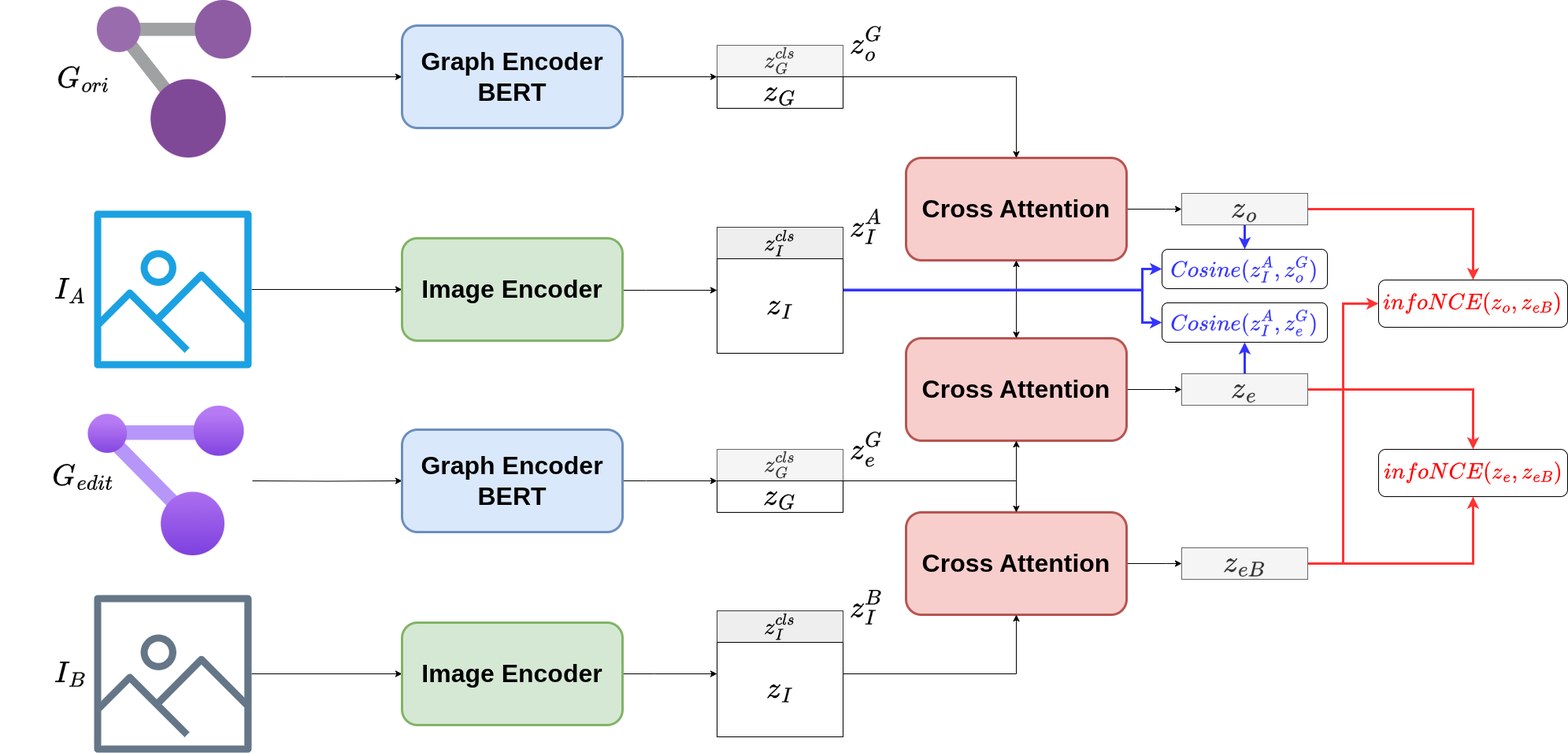
PDD0911-HCMUS/SG-Retrieval keeps this draw.io diagram as Images/CrossEncoder/Proposed_Framework.png. Above is the earlier version. Source tidied: cells renumbered, new cells last; positions are measured from the earlier drawing's top-left corner, leaving out a move shared by most shapes.
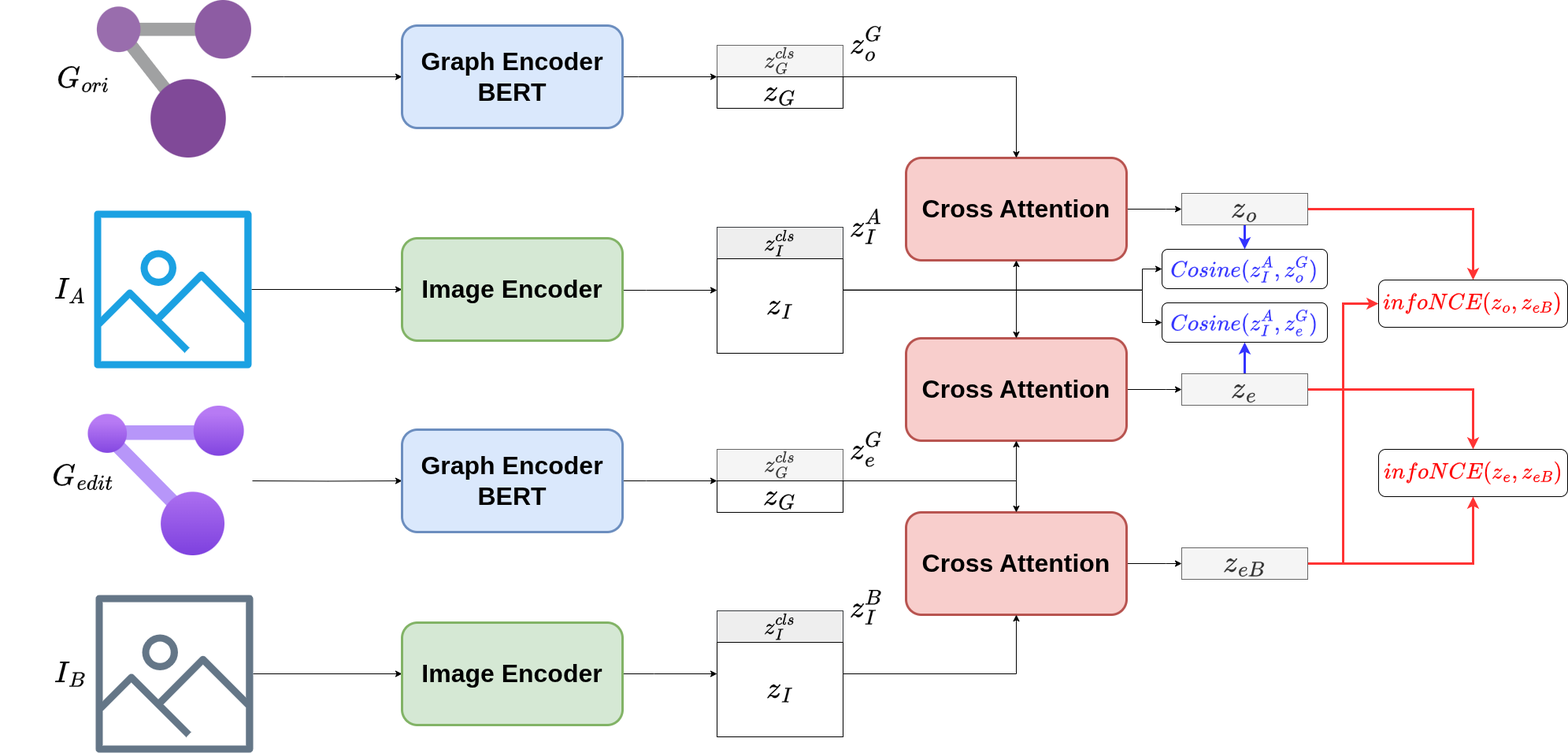
The same diagram one commit later.

What changed in the source:
```diff
@@ -12,7 +12,7 @@
       <mxGeometry relative="1" as="geometry" />
     </mxCell>
     <mxCell id="5" style="outlineConnect=0;fillColor=#647687;strokeColor=#314354;verticalLabelPosition=bottom;verticalAlign=top;align=center;html=1;fontSize=12;fontStyle=0;shape=mxgraph.aws4.container_registry_image;fontColor=#ffffff;fillStyle=auto;shadow=0;" parent="1" vertex="1">
-      <mxGeometry x="118.9" y="755" width="200" height="200" as="geometry" />
+      <mxGeometry x="120.9" y="755" width="200" height="200" as="geometry" />
     </mxCell>
     <mxCell id="6" style="edgeStyle=orthogonalEdgeStyle;rounded=0;jettySize=auto;html=1;entryX=0;entryY=0.5;entryDx=0;entryDy=0;" parent="1" edge="1" source="7" target="39">
       <mxGeometry relative="1" as="geometry">
@@ -228,7 +228,7 @@
     <mxCell id="50" value="&lt;span style=&quot;font-size: 24px;&quot;&gt;$$z^{cls}_G$$&lt;/span&gt;" style="rounded=0;whiteSpace=wrap;html=1;fillColor=#f5f5f5;fontColor=#333333;strokeColor=#666666;" parent="1" vertex="1">
       <mxGeometry x="910" y="570" width="160" height="40" as="geometry" />
     </mxCell>
-    <mxCell id="51" style="edgeStyle=orthogonalEdgeStyle;rounded=0;jettySize=auto;html=1;fontColor=#3333FF;strokeColor=#3333FF;strokeWidth=3;exitX=0.998;exitY=0.33;exitDx=0;exitDy=0;exitPerimeter=0;entryX=0;entryY=0.5;entryDx=0;entryDy=0;" parent="1" edge="1" source="61" target="49">
+    <mxCell id="51" style="edgeStyle=orthogonalEdgeStyle;rounded=0;jettySize=auto;html=1;fontColor=#3333FF;strokeColor=#000000;strokeWidth=1;exitX=0.998;exitY=0.33;exitDx=0;exitDy=0;exitPerimeter=0;entryX=0;entryY=0.5;entryDx=0;entryDy=0;" parent="1" edge="1" source="61" target="49">
       <mxGeometry relative="1" as="geometry">
         <Array as="points">
           <mxPoint x="1450" y="368" />
@@ -268,7 +268,7 @@
     <mxCell id="62" value="&lt;span style=&quot;color: rgb(51, 51, 255); font-size: 24px; text-wrap-mode: nowrap;&quot;&gt;$$Cosine(z^{A}_{I},z^{G}_{e})$$&lt;/span&gt;" style="rounded=1;whiteSpace=wrap;html=1;" parent="1" vertex="1">
       <mxGeometry x="1475" y="384" width="210" height="50" as="geometry" />
     </mxCell>
-    <mxCell id="63" style="edgeStyle=orthogonalEdgeStyle;rounded=0;jettySize=auto;html=1;entryX=0;entryY=0.5;entryDx=0;entryDy=0;exitX=1.002;exitY=0.333;exitDx=0;exitDy=0;exitPerimeter=0;strokeColor=#3333FF;strokeWidth=3;" parent="1" edge="1" source="61" target="62">
+    <mxCell id="63" style="edgeStyle=orthogonalEdgeStyle;rounded=0;jettySize=auto;html=1;entryX=0;entryY=0.5;entryDx=0;entryDy=0;exitX=1.002;exitY=0.333;exitDx=0;exitDy=0;exitPerimeter=0;strokeColor=#000000;strokeWidth=1;" parent="1" edge="1" source="61" target="62">
       <mxGeometry relative="1" as="geometry">
         <Array as="points">
           <mxPoint x="1450" y="368" />
```
